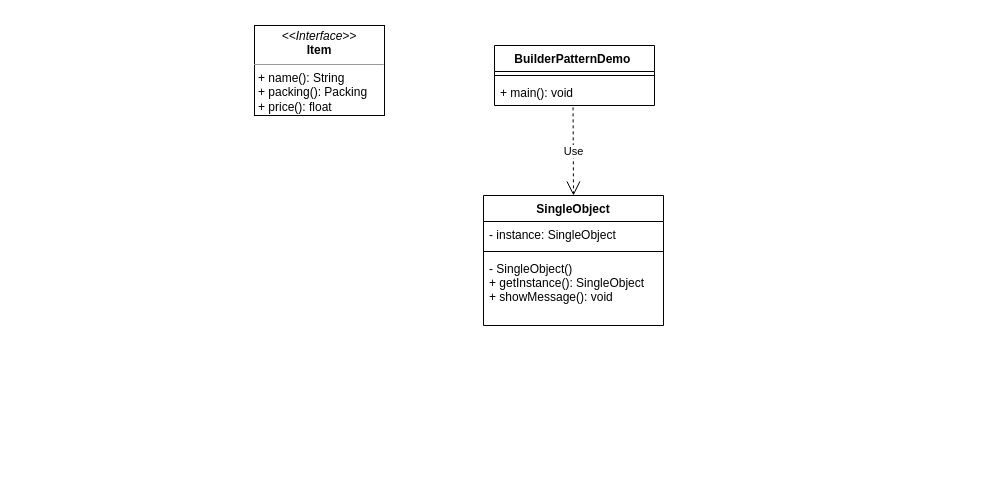
Earlier version of the draw.io diagram 类图/创建型模式/建造者模式.drawio (motein/DesignPattern). Source tidied: cells renumbered, new cells numbered last; positions are measured from the earlier drawing's top-left corner, leaving out a move shared by most shapes. Both pictures are drawn from the tidied source at 100%, with x=0, y=0 at pixel (254, 25).
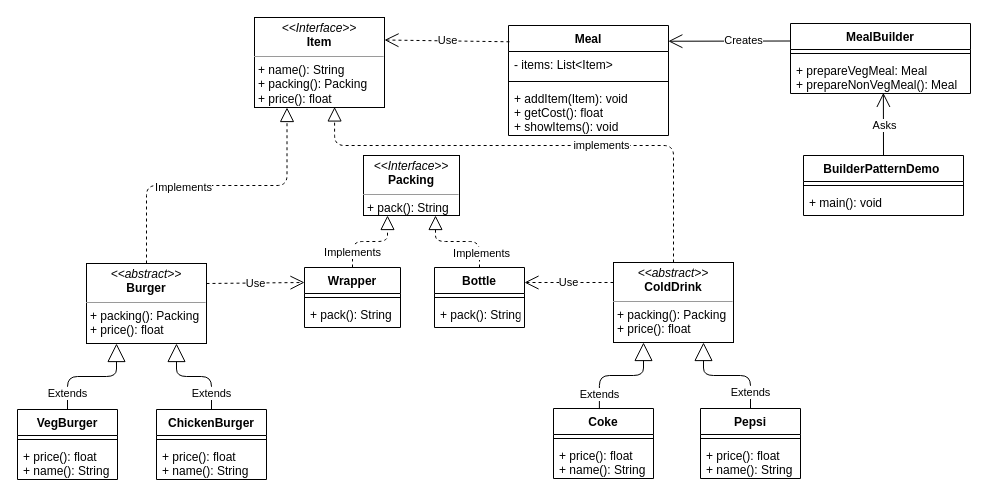
The same diagram, later.

The change refers to these unchanged cells:
```xml
<mxCell id="4" value="+ main(): void" style="text;strokeColor=none;fillColor=none;align=left;verticalAlign=top;spacingLeft=4;spacingRight=4;overflow=hidden;points=[[0,0.5],[1,0.5]];portConstraint=eastwest;" parent="2" vertex="1">
  <mxGeometry y="34" width="160" height="26" as="geometry" />
</mxCell>
```

Change to the diagram source:
```diff
@@
     <mxCell id="2" value="BuilderPatternDemo " style="swimlane;fontStyle=1;align=center;verticalAlign=top;horizontal=1;startSize=26;" parent="1" vertex="1">
-      <mxGeometry x="240" y="20" width="160" height="60" as="geometry" />
+      <mxGeometry x="549" y="130" width="160" height="60" as="geometry" />
     </mxCell>
@@
-    <mxCell id="5" value="SingleObject" style="swimlane;fontStyle=1;align=center;verticalAlign=top;horizontal=1;startSize=26;" parent="1" vertex="1">
-      <mxGeometry x="229" y="170" width="180" height="130" as="geometry" />
-    </mxCell>
-    <mxCell id="6" value="- instance: SingleObject" style="text;strokeColor=none;fillColor=none;align=left;verticalAlign=top;spacingLeft=4;spacingRight=4;overflow=hidden;" parent="5" vertex="1">
-      <mxGeometry y="26" width="180" height="26" as="geometry" />
-    </mxCell>
-    <mxCell id="7" style="line;strokeWidth=1;fillColor=none;align=left;verticalAlign=middle;spacingTop=-1;spacingLeft=3;spacingRight=3;labelPosition=right;" parent="5" vertex="1">
-      <mxGeometry y="52" width="180" height="8" as="geometry" />
-    </mxCell>
-    <mxCell id="8" value="- SingleObject()&#10;+ getInstance(): SingleObject&#10;+ showMessage(): void" style="text;strokeColor=none;fillColor=none;align=left;verticalAlign=top;spacingLeft=4;spacingRight=4;overflow=hidden;" parent="5" vertex="1">
-      <mxGeometry y="60" width="180" height="70" as="geometry" />
-    </mxCell>
-    <mxCell id="9" value="Use" style="endArrow=open;endSize=12;dashed=1;html=1;exitX=0.491;exitY=1.071;exitDx=0;exitDy=0;exitPerimeter=0;entryX=0.5;entryY=0;entryDx=0;entryDy=0;" parent="1" edge="1" source="4" target="5">
-      <mxGeometry relative="1" as="geometry" />
-    </mxCell>
     <mxCell id="10" value="&lt;p style=&quot;margin: 0px ; margin-top: 4px ; text-align: center&quot;&gt;&lt;i&gt;&amp;lt;&amp;lt;Interface&amp;gt;&amp;gt;&lt;/i&gt;&lt;br&gt;&lt;b&gt;Item&lt;/b&gt;&lt;/p&gt;&lt;hr size=&quot;1&quot;&gt;&lt;p style=&quot;margin: 0px ; margin-left: 4px&quot;&gt;+ name(): String&lt;br&gt;+ packing(): Packing&lt;/p&gt;&lt;p style=&quot;margin: 0px ; margin-left: 4px&quot;&gt;+ price(): float&lt;/p&gt;" style="verticalAlign=top;align=left;overflow=fill;fontSize=12;fontFamily=Helvetica;html=1;" parent="1" vertex="1">
-      <mxGeometry width="130" height="90" as="geometry" />
+      <mxGeometry y="-8" width="130" height="90" as="geometry" />
     </mxCell>
+    <mxCell id="11" value="&lt;p style=&quot;margin: 0px ; margin-top: 4px ; text-align: center&quot;&gt;&lt;i&gt;&amp;lt;&amp;lt;Interface&amp;gt;&amp;gt;&lt;/i&gt;&lt;br&gt;&lt;b&gt;Packing&lt;/b&gt;&lt;/p&gt;&lt;hr size=&quot;1&quot;&gt;&lt;p style=&quot;margin: 0px ; margin-left: 4px&quot;&gt;+ pack(): String&lt;/p&gt;" style="verticalAlign=top;align=left;overflow=fill;fontSize=12;fontFamily=Helvetica;html=1;" parent="1" vertex="1">
+      <mxGeometry x="109" y="130" width="96" height="60" as="geometry" />
+    </mxCell>
+    <mxCell id="12" value="Wrapper" style="swimlane;fontStyle=1;align=center;verticalAlign=top;horizontal=1;startSize=26;" parent="1" vertex="1">
+      <mxGeometry x="50" y="242" width="96" height="60" as="geometry" />
+    </mxCell>
+    <mxCell id="13" style="line;strokeWidth=1;fillColor=none;align=left;verticalAlign=middle;spacingTop=-1;spacingLeft=3;spacingRight=3;labelPosition=right;" parent="12" vertex="1">
+      <mxGeometry y="26" width="96" height="8" as="geometry" />
+    </mxCell>
+    <mxCell id="14" value="+ pack(): String" style="text;strokeColor=none;fillColor=none;align=left;verticalAlign=top;spacingLeft=4;spacingRight=4;overflow=hidden;" parent="12" vertex="1">
+      <mxGeometry y="34" width="96" height="26" as="geometry" />
+    </mxCell>
+    <mxCell id="15" value="Bottle" style="swimlane;fontStyle=1;align=center;verticalAlign=top;horizontal=1;startSize=26;" parent="1" vertex="1">
+      <mxGeometry x="180" y="242" width="90" height="60" as="geometry" />
+    </mxCell>
+    <mxCell id="16" style="line;strokeWidth=1;fillColor=none;align=left;verticalAlign=middle;spacingTop=-1;spacingLeft=3;spacingRight=3;labelPosition=right;" parent="15" vertex="1">
+      <mxGeometry y="26" width="90" height="8" as="geometry" />
+    </mxCell>
+    <mxCell id="17" value="+ pack(): String" style="text;strokeColor=none;fillColor=none;align=left;verticalAlign=top;spacingLeft=4;spacingRight=4;overflow=hidden;" parent="15" vertex="1">
+      <mxGeometry y="34" width="90" height="26" as="geometry" />
+    </mxCell>
+    <mxCell id="18" style="endArrow=block;dashed=1;endFill=0;endSize=12;html=1;entryX=0.25;entryY=1;entryDx=0;entryDy=0;exitX=0.5;exitY=0;exitDx=0;exitDy=0;edgeStyle=orthogonalEdgeStyle;" parent="1" edge="1" source="12" target="11">
+      <mxGeometry relative="1" as="geometry" />
+    </mxCell>
+    <mxCell id="19" value="Implements" style="edgeLabel;html=1;align=center;verticalAlign=middle;" parent="18" vertex="1">
+      <mxGeometry x="-0.15" y="-1" relative="1" as="geometry">
+        <mxPoint x="-11.2" y="9" as="offset" />
+      </mxGeometry>
+    </mxCell>
+    <mxCell id="20" style="endArrow=block;dashed=1;endFill=0;endSize=12;html=1;entryX=0.75;entryY=1;entryDx=0;entryDy=0;exitX=0.5;exitY=0;exitDx=0;exitDy=0;edgeStyle=orthogonalEdgeStyle;" parent="1" edge="1" source="15" target="11">
+      <mxGeometry relative="1" as="geometry" />
+    </mxCell>
+    <mxCell id="21" value="Implements" style="edgeLabel;html=1;align=center;verticalAlign=middle;" parent="20" vertex="1">
+      <mxGeometry x="-0.35" relative="1" as="geometry">
+        <mxPoint x="6" y="11" as="offset" />
+      </mxGeometry>
+    </mxCell>
+    <mxCell id="22" value="&lt;p style=&quot;margin: 0px ; margin-top: 4px ; text-align: center&quot;&gt;&lt;i&gt;&amp;lt;&amp;lt;abstract&amp;gt;&amp;gt;&lt;/i&gt;&lt;br&gt;&lt;b&gt;Burger&lt;/b&gt;&lt;/p&gt;&lt;hr size=&quot;1&quot;&gt;&lt;p style=&quot;margin: 0px ; margin-left: 4px&quot;&gt;+ packing(): Packing&lt;br&gt;+ price(): float&lt;/p&gt;" style="verticalAlign=top;align=left;overflow=fill;fontSize=12;fontFamily=Helvetica;html=1;" parent="1" vertex="1">
+      <mxGeometry x="-168" y="238" width="120" height="80" as="geometry" />
+    </mxCell>
+    <mxCell id="23" style="endArrow=block;dashed=1;endFill=0;endSize=12;html=1;entryX=0.25;entryY=1;entryDx=0;entryDy=0;exitX=0.5;exitY=0;exitDx=0;exitDy=0;edgeStyle=orthogonalEdgeStyle;" parent="1" edge="1" source="22" target="10">
+      <mxGeometry relative="1" as="geometry" />
+    </mxCell>
+    <mxCell id="24" value="Implements" style="edgeLabel;html=1;align=center;verticalAlign=middle;" parent="23" vertex="1">
+      <mxGeometry x="-0.23" y="-1" relative="1" as="geometry" />
+    </mxCell>
+    <mxCell id="25" value="&lt;p style=&quot;margin: 0px ; margin-top: 4px ; text-align: center&quot;&gt;&lt;i&gt;&amp;lt;&amp;lt;abstract&amp;gt;&amp;gt;&lt;/i&gt;&lt;br&gt;&lt;b&gt;ColdDrink&lt;/b&gt;&lt;/p&gt;&lt;hr size=&quot;1&quot;&gt;&lt;p style=&quot;margin: 0px ; margin-left: 4px&quot;&gt;+ packing(): Packing&lt;br&gt;+ price(): float&lt;/p&gt;" style="verticalAlign=top;align=left;overflow=fill;fontSize=12;fontFamily=Helvetica;html=1;" parent="1" vertex="1">
+      <mxGeometry x="359" y="237" width="120" height="80" as="geometry" />
+    </mxCell>
+    <mxCell id="26" style="endArrow=block;dashed=1;endFill=0;endSize=12;html=1;exitX=0.5;exitY=0;exitDx=0;exitDy=0;edgeStyle=orthogonalEdgeStyle;entryX=0.616;entryY=0.994;entryDx=0;entryDy=0;entryPerimeter=0;" parent="1" edge="1" source="25" target="10">
+      <mxGeometry relative="1" as="geometry">
+        <Array as="points">
+          <mxPoint x="419" y="120" />
+          <mxPoint x="80" y="120" />
+        </Array>
+      </mxGeometry>
+    </mxCell>
+    <mxCell id="27" value="implements" style="edgeLabel;html=1;align=center;verticalAlign=middle;" parent="26" vertex="1">
+      <mxGeometry x="-0.23" y="-1" relative="1" as="geometry" />
+    </mxCell>
+    <mxCell id="28" value="VegBurger" style="swimlane;fontStyle=1;align=center;verticalAlign=top;horizontal=1;startSize=26;" parent="1" vertex="1">
+      <mxGeometry x="-237" y="384" width="100" height="70" as="geometry" />
+    </mxCell>
+    <mxCell id="29" style="line;strokeWidth=1;fillColor=none;align=left;verticalAlign=middle;spacingTop=-1;spacingLeft=3;spacingRight=3;labelPosition=right;" parent="28" vertex="1">
+      <mxGeometry y="26" width="100" height="8" as="geometry" />
+    </mxCell>
+    <mxCell id="30" value="+ price(): float&#10;+ name(): String" style="text;strokeColor=none;fillColor=none;align=left;verticalAlign=top;spacingLeft=4;spacingRight=4;overflow=hidden;" parent="28" vertex="1">
+      <mxGeometry y="34" width="100" height="36" as="geometry" />
+    </mxCell>
+    <mxCell id="31" value="ChickenBurger" style="swimlane;fontStyle=1;align=center;verticalAlign=top;horizontal=1;startSize=26;" parent="1" vertex="1">
+      <mxGeometry x="-98" y="384" width="110" height="70" as="geometry" />
+    </mxCell>
+    <mxCell id="32" style="line;strokeWidth=1;fillColor=none;align=left;verticalAlign=middle;spacingTop=-1;spacingLeft=3;spacingRight=3;labelPosition=right;" parent="31" vertex="1">
+      <mxGeometry y="26" width="110" height="8" as="geometry" />
+    </mxCell>
+    <mxCell id="33" value="+ price(): float&#10;+ name(): String" style="text;strokeColor=none;fillColor=none;align=left;verticalAlign=top;spacingLeft=4;spacingRight=4;overflow=hidden;" parent="31" vertex="1">
+      <mxGeometry y="34" width="110" height="36" as="geometry" />
+    </mxCell>
+    <mxCell id="34" value="Extends" style="endArrow=block;endSize=16;endFill=0;html=1;entryX=0.25;entryY=1;entryDx=0;entryDy=0;exitX=0.5;exitY=0;exitDx=0;exitDy=0;edgeStyle=orthogonalEdgeStyle;" parent="1" edge="1" source="28" target="22">
+      <mxGeometry x="-0.72" relative="1" as="geometry" />
+    </mxCell>
+    <mxCell id="35" value="Extends" style="endArrow=block;endSize=16;endFill=0;html=1;entryX=0.75;entryY=1;entryDx=0;entryDy=0;exitX=0.5;exitY=0;exitDx=0;exitDy=0;edgeStyle=orthogonalEdgeStyle;" parent="1" edge="1" source="31" target="22">
+      <mxGeometry x="-0.68" relative="1" as="geometry" />
+    </mxCell>
+    <mxCell id="36" value="Coke" style="swimlane;fontStyle=1;align=center;verticalAlign=top;horizontal=1;startSize=26;" parent="1" vertex="1">
+      <mxGeometry x="299" y="383" width="100" height="70" as="geometry" />
+    </mxCell>
+    <mxCell id="37" style="line;strokeWidth=1;fillColor=none;align=left;verticalAlign=middle;spacingTop=-1;spacingLeft=3;spacingRight=3;labelPosition=right;" parent="36" vertex="1">
+      <mxGeometry y="26" width="100" height="8" as="geometry" />
+    </mxCell>
+    <mxCell id="38" value="+ price(): float&#10;+ name(): String" style="text;strokeColor=none;fillColor=none;align=left;verticalAlign=top;spacingLeft=4;spacingRight=4;overflow=hidden;" parent="36" vertex="1">
+      <mxGeometry y="34" width="100" height="36" as="geometry" />
+    </mxCell>
+    <mxCell id="39" value="Extends" style="endArrow=block;endSize=16;endFill=0;html=1;entryX=0.25;entryY=1;entryDx=0;entryDy=0;exitX=0.459;exitY=0.008;exitDx=0;exitDy=0;edgeStyle=orthogonalEdgeStyle;exitPerimeter=0;" parent="1" edge="1" source="36" target="25">
+      <mxGeometry x="-0.72" relative="1" as="geometry" />
+    </mxCell>
+    <mxCell id="40" value="Pepsi" style="swimlane;fontStyle=1;align=center;verticalAlign=top;horizontal=1;startSize=26;" parent="1" vertex="1">
+      <mxGeometry x="446" y="383" width="100" height="70" as="geometry" />
+    </mxCell>
+    <mxCell id="41" style="line;strokeWidth=1;fillColor=none;align=left;verticalAlign=middle;spacingTop=-1;spacingLeft=3;spacingRight=3;labelPosition=right;" parent="40" vertex="1">
+      <mxGeometry y="26" width="100" height="8" as="geometry" />
+    </mxCell>
+    <mxCell id="42" value="+ price(): float&#10;+ name(): String" style="text;strokeColor=none;fillColor=none;align=left;verticalAlign=top;spacingLeft=4;spacingRight=4;overflow=hidden;" parent="40" vertex="1">
+      <mxGeometry y="34" width="100" height="36" as="geometry" />
+    </mxCell>
+    <mxCell id="43" value="Extends" style="endArrow=block;endSize=16;endFill=0;html=1;entryX=0.75;entryY=1;entryDx=0;entryDy=0;exitX=0.5;exitY=0;exitDx=0;exitDy=0;edgeStyle=orthogonalEdgeStyle;" parent="1" edge="1" source="40" target="25">
+      <mxGeometry x="-0.72" relative="1" as="geometry" />
+    </mxCell>
+    <mxCell id="44" value="Meal" style="swimlane;fontStyle=1;align=center;verticalAlign=top;horizontal=1;startSize=26;" parent="1" vertex="1">
+      <mxGeometry x="254" width="160" height="110" as="geometry" />
+    </mxCell>
+    <mxCell id="45" value="- items: List&lt;Item&gt;" style="text;strokeColor=none;fillColor=none;align=left;verticalAlign=top;spacingLeft=4;spacingRight=4;overflow=hidden;" parent="44" vertex="1">
+      <mxGeometry y="26" width="160" height="26" as="geometry" />
+    </mxCell>
+    <mxCell id="46" style="line;strokeWidth=1;fillColor=none;align=left;verticalAlign=middle;spacingTop=-1;spacingLeft=3;spacingRight=3;labelPosition=right;" parent="44" vertex="1">
+      <mxGeometry y="52" width="160" height="8" as="geometry" />
+    </mxCell>
+    <mxCell id="47" value="+ addItem(Item): void&#10;+ getCost(): float&#10;+ showItems(): void" style="text;strokeColor=none;fillColor=none;align=left;verticalAlign=top;spacingLeft=4;spacingRight=4;overflow=hidden;" parent="44" vertex="1">
+      <mxGeometry y="60" width="160" height="50" as="geometry" />
+    </mxCell>
+    <mxCell id="48" value="MealBuilder" style="swimlane;fontStyle=1;align=center;verticalAlign=top;horizontal=1;startSize=26;" parent="1" vertex="1">
+      <mxGeometry x="536" y="-2" width="180" height="70" as="geometry" />
+    </mxCell>
+    <mxCell id="49" style="line;strokeWidth=1;fillColor=none;align=left;verticalAlign=middle;spacingTop=-1;spacingLeft=3;spacingRight=3;labelPosition=right;" parent="48" vertex="1">
+      <mxGeometry y="26" width="180" height="8" as="geometry" />
+    </mxCell>
+    <mxCell id="50" value="+ prepareVegMeal: Meal&#10;+ prepareNonVegMeal(): Meal" style="text;strokeColor=none;fillColor=none;align=left;verticalAlign=top;spacingLeft=4;spacingRight=4;overflow=hidden;points=[[0,0.5],[1,0.5]];portConstraint=eastwest;" parent="48" vertex="1">
+      <mxGeometry y="34" width="180" height="36" as="geometry" />
+    </mxCell>
+    <mxCell id="51" value="Use" style="endArrow=open;endSize=12;dashed=1;html=1;exitX=1;exitY=0.25;exitDx=0;exitDy=0;entryX=0;entryY=0.25;entryDx=0;entryDy=0;" parent="1" edge="1" source="22" target="12">
+      <mxGeometry relative="1" as="geometry" />
+    </mxCell>
+    <mxCell id="52" value="Use" style="endArrow=open;endSize=12;dashed=1;html=1;entryX=1;entryY=0.25;entryDx=0;entryDy=0;exitX=0;exitY=0.25;exitDx=0;exitDy=0;" parent="1" edge="1" source="25" target="15">
+      <mxGeometry relative="1" as="geometry" />
+    </mxCell>
+    <mxCell id="53" value="Use" style="endArrow=open;endSize=12;dashed=1;html=1;entryX=1;entryY=0.25;entryDx=0;entryDy=0;exitX=0.006;exitY=0.148;exitDx=0;exitDy=0;exitPerimeter=0;" parent="1" edge="1" source="44" target="10">
+      <mxGeometry relative="1" as="geometry" />
+    </mxCell>
+    <mxCell id="54" style="endArrow=open;endFill=1;endSize=12;html=1;entryX=0.999;entryY=0.143;entryDx=0;entryDy=0;entryPerimeter=0;exitX=0;exitY=0.25;exitDx=0;exitDy=0;" parent="1" edge="1" source="48" target="44">
+      <mxGeometry relative="1" as="geometry" />
+    </mxCell>
+    <mxCell id="55" value="Creates" style="edgeLabel;html=1;align=center;verticalAlign=middle;" parent="54" vertex="1">
+      <mxGeometry x="-0.23" y="-1" relative="1" as="geometry" />
+    </mxCell>
+    <mxCell id="56" style="endArrow=open;endFill=1;endSize=12;html=1;entryX=0.516;entryY=0.983;entryDx=0;entryDy=0;entryPerimeter=0;exitX=0.5;exitY=0;exitDx=0;exitDy=0;" parent="1" edge="1" source="2" target="50">
+      <mxGeometry relative="1" as="geometry" />
+    </mxCell>
+    <mxCell id="57" value="Asks" style="edgeLabel;html=1;align=center;verticalAlign=middle;" parent="56" vertex="1">
+      <mxGeometry x="0.33" y="1" relative="1" as="geometry">
+        <mxPoint x="1.1" y="11.7" as="offset" />
+      </mxGeometry>
+    </mxCell>
```
